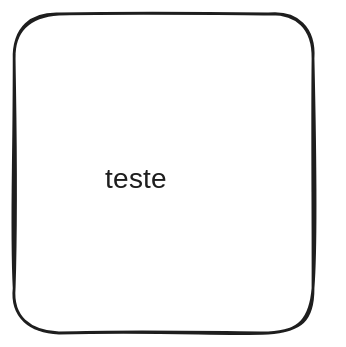
Before: Pandas.excalidraw.svg, a diagram exported from Excalidraw (italomene/Brain). Source tidied: one line per element, renumbered; positions are measured from the earlier drawing's top-left corner, leaving out a move shared by most shapes.
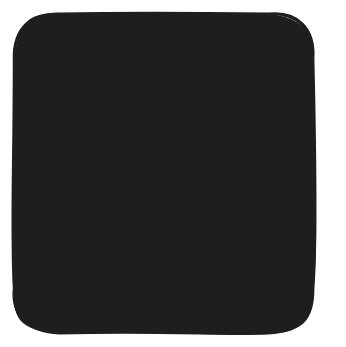
The same file after the commit.

Change to the diagram source:
```diff
@@ -1,2 +1,2 @@
-{"id": 0, "type": "rectangle", "strokeColor": "#1e1e1e", "backgroundColor": "#ffffff", "fillStyle": "solid", "strokeWidth": 2, "roughness": 1, "round": true, "x": 0, "y": 0, "width": 214, "height": 228}
+{"id": 0, "type": "rectangle", "strokeColor": "#1e1e1e", "backgroundColor": "#1e1e1e", "fillStyle": "solid", "strokeWidth": 2, "roughness": 1, "round": true, "x": 0, "y": 0, "width": 214, "height": 228}
 {"id": 1, "type": "text", "text": "teste", "strokeColor": "#1e1e1e", "strokeWidth": 2, "roughness": 1, "fontSize": 20, "fontFamily": 5, "x": 65, "y": 106, "width": 56, "height": 25}
```
